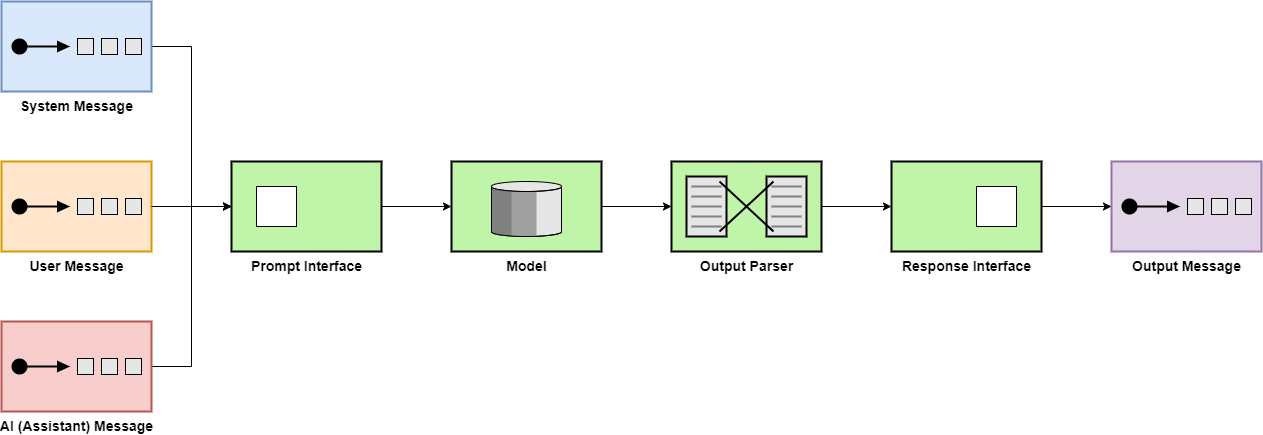
The draw.io diagram incident-response/images/Basic LLM application.png in hsienhsinlee/ws2-defenders, before a commit. Source tidied: cells renumbered, new cells last; positions are measured from the earlier drawing's top-left corner, leaving out a move shared by most shapes. The source it was exported from:
```xml
<mxGraphModel>
  <root>
    <mxCell id="0" />
    <mxCell id="1" parent="0" />
    <mxCell id="2" style="edgeStyle=orthogonalEdgeStyle;rounded=0;jettySize=auto;html=1;exitX=1;exitY=0.5;exitDx=0;exitDy=0;exitPerimeter=0;entryX=0;entryY=0.5;entryDx=0;entryDy=0;" parent="1" edge="1" source="3" target="6">
      <mxGeometry relative="1" as="geometry" />
    </mxCell>
    <mxCell id="3" value="&lt;font style=&quot;font-size: 14px;&quot;&gt;&lt;b style=&quot;&quot;&gt;System Message&lt;/b&gt;&lt;/font&gt;" style="html=1;strokeWidth=2;outlineConnect=0;dashed=0;align=center;fontSize=8;verticalLabelPosition=bottom;verticalAlign=top;shape=mxgraph.eip.test_message;fillColor=#dae8fc;strokeColor=#6c8ebf;" parent="1" vertex="1">
      <mxGeometry width="150" height="90" as="geometry" />
    </mxCell>
    <mxCell id="4" value="&lt;font style=&quot;font-size: 14px;&quot;&gt;&lt;b style=&quot;&quot;&gt;User Message&lt;/b&gt;&lt;/font&gt;" style="html=1;strokeWidth=2;outlineConnect=0;dashed=0;align=center;fontSize=8;verticalLabelPosition=bottom;verticalAlign=top;shape=mxgraph.eip.test_message;fillColor=#ffe6cc;strokeColor=#d79b00;" parent="1" vertex="1">
      <mxGeometry y="160" width="150" height="90" as="geometry" />
    </mxCell>
    <mxCell id="5" style="edgeStyle=orthogonalEdgeStyle;rounded=0;jettySize=auto;html=1;exitX=1;exitY=0.5;exitDx=0;exitDy=0;" parent="1" edge="1" source="6" target="9">
      <mxGeometry relative="1" as="geometry" />
    </mxCell>
    <mxCell id="6" value="&lt;font style=&quot;font-size: 14px;&quot;&gt;&lt;b style=&quot;&quot;&gt;Prompt Interface&lt;/b&gt;&lt;/font&gt;" style="strokeWidth=2;dashed=0;align=center;fontSize=8;shape=rect;verticalLabelPosition=bottom;verticalAlign=top;fillColor=#c0f5a9;html=1;" parent="1" vertex="1">
      <mxGeometry x="230" y="160" width="150" height="90" as="geometry" />
    </mxCell>
    <mxCell id="7" style="html=1;strokeWidth=1;dashed=0;align=center;fontSize=8;shape=rect;" parent="6" vertex="1">
      <mxGeometry x="25" y="25" width="40" height="40" as="geometry" />
    </mxCell>
    <mxCell id="8" style="edgeStyle=orthogonalEdgeStyle;rounded=0;jettySize=auto;html=1;exitX=1;exitY=0.5;exitDx=0;exitDy=0;exitPerimeter=0;entryX=0;entryY=0.5;entryDx=0;entryDy=0;" parent="1" edge="1" source="4" target="6">
      <mxGeometry relative="1" as="geometry" />
    </mxCell>
    <mxCell id="9" value="&lt;b&gt;&lt;font style=&quot;font-size: 14px;&quot;&gt;Model&lt;/font&gt;&lt;/b&gt;" style="html=1;strokeWidth=2;outlineConnect=0;dashed=0;align=center;fontSize=8;verticalLabelPosition=bottom;verticalAlign=top;shape=mxgraph.eip.message_store;fillColor=#c0f5a9;" parent="1" vertex="1">
      <mxGeometry x="450" y="160" width="150" height="90" as="geometry" />
    </mxCell>
    <mxCell id="10" style="edgeStyle=orthogonalEdgeStyle;rounded=0;jettySize=auto;html=1;exitX=1;exitY=0.5;exitDx=0;exitDy=0;exitPerimeter=0;entryX=0;entryY=0.5;entryDx=0;entryDy=0;" parent="1" edge="1" source="11" target="13">
      <mxGeometry relative="1" as="geometry" />
    </mxCell>
    <mxCell id="11" value="&lt;font style=&quot;font-size: 14px;&quot;&gt;&lt;b&gt;Output Parser&lt;/b&gt;&lt;/font&gt;" style="html=1;strokeWidth=2;outlineConnect=0;dashed=0;align=center;fontSize=8;shape=mxgraph.eip.message_translator;fillColor=#c0f5a9;verticalLabelPosition=bottom;verticalAlign=top;" parent="1" vertex="1">
      <mxGeometry x="670" y="160" width="150" height="90" as="geometry" />
    </mxCell>
    <mxCell id="12" style="edgeStyle=orthogonalEdgeStyle;rounded=0;jettySize=auto;html=1;exitX=1;exitY=0.5;exitDx=0;exitDy=0;exitPerimeter=0;entryX=0;entryY=0.5;entryDx=0;entryDy=0;entryPerimeter=0;" parent="1" edge="1" source="9" target="11">
      <mxGeometry relative="1" as="geometry" />
    </mxCell>
    <mxCell id="13" value="&lt;b&gt;&lt;font style=&quot;font-size: 14px;&quot;&gt;Response Interface&lt;/font&gt;&lt;/b&gt;" style="strokeWidth=2;dashed=0;align=center;fontSize=8;shape=rect;verticalLabelPosition=bottom;verticalAlign=top;fillColor=#c0f5a9;html=1;" parent="1" vertex="1">
      <mxGeometry x="890" y="160" width="150" height="90" as="geometry" />
    </mxCell>
    <mxCell id="14" style="html=1;strokeWidth=1;dashed=0;align=center;fontSize=8;shape=rect;" parent="13" vertex="1">
      <mxGeometry x="85" y="25" width="40" height="40" as="geometry" />
    </mxCell>
    <mxCell id="15" value="&lt;b&gt;&lt;font style=&quot;font-size: 14px;&quot;&gt;Output Message&lt;/font&gt;&lt;/b&gt;" style="html=1;strokeWidth=2;outlineConnect=0;dashed=0;align=center;fontSize=8;verticalLabelPosition=bottom;verticalAlign=top;shape=mxgraph.eip.test_message;fillColor=#e1d5e7;strokeColor=#9673a6;" parent="1" vertex="1">
      <mxGeometry x="1110" y="160" width="150" height="90" as="geometry" />
    </mxCell>
    <mxCell id="16" style="edgeStyle=orthogonalEdgeStyle;rounded=0;jettySize=auto;html=1;exitX=1;exitY=0.5;exitDx=0;exitDy=0;entryX=0;entryY=0.5;entryDx=0;entryDy=0;entryPerimeter=0;" parent="1" edge="1" source="13" target="15">
      <mxGeometry relative="1" as="geometry" />
    </mxCell>
    <mxCell id="17" style="edgeStyle=orthogonalEdgeStyle;rounded=0;jettySize=auto;html=1;exitX=1;exitY=0.5;exitDx=0;exitDy=0;exitPerimeter=0;entryX=0;entryY=0.5;entryDx=0;entryDy=0;" parent="1" edge="1" source="18" target="6">
      <mxGeometry relative="1" as="geometry" />
    </mxCell>
    <mxCell id="18" value="&lt;font style=&quot;font-size: 14px;&quot;&gt;&lt;b style=&quot;&quot;&gt;AI (Assistant) Message&lt;/b&gt;&lt;/font&gt;" style="html=1;strokeWidth=2;outlineConnect=0;dashed=0;align=center;fontSize=8;verticalLabelPosition=bottom;verticalAlign=top;shape=mxgraph.eip.test_message;fillColor=#f8cecc;strokeColor=#b85450;" parent="1" vertex="1">
      <mxGeometry y="320" width="150" height="90" as="geometry" />
    </mxCell>
  </root>
</mxGraphModel>
```
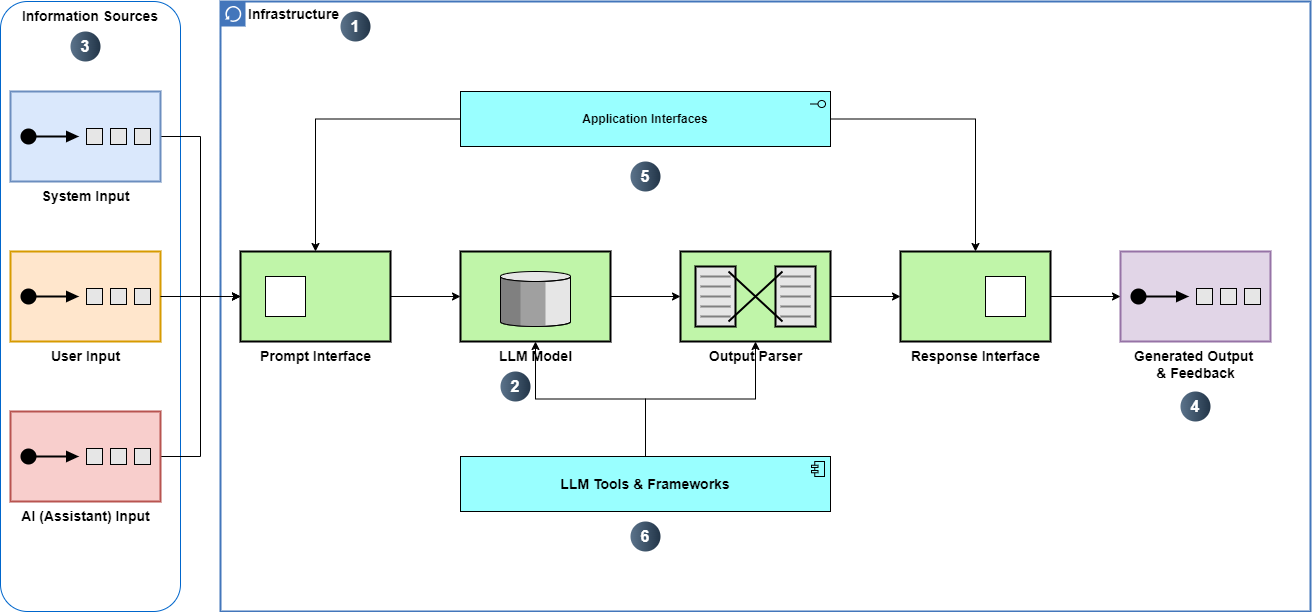
The same diagram one commit later.

The edit, as a diff of the source:
```diff
@@ -2,56 +2,101 @@
   <root>
     <mxCell id="0" />
     <mxCell id="1" parent="0" />
+    <mxCell id="19" style="rounded=1;whiteSpace=wrap;html=1;strokeColor=#0066CC;" parent="1" vertex="1">
+      <mxGeometry x="-10" y="-70" width="180" height="610" as="geometry" />
+    </mxCell>
+    <mxCell id="20" value="&lt;b&gt;&lt;font style=&quot;font-size: 14px;&quot;&gt;Infrastructure&lt;/font&gt;&lt;/b&gt;" style="shape=mxgraph.ibm.box;prType=classic;fontStyle=0;verticalAlign=top;align=left;spacingLeft=32;spacingTop=4;fillColor=none;rounded=0;whiteSpace=wrap;html=1;strokeColor=#4376BB;strokeWidth=2;dashed=0;spacing=-4;" parent="1" vertex="1">
+      <mxGeometry x="210" y="-70" width="1090" height="610" as="geometry" />
+    </mxCell>
-    <mxCell id="2" style="edgeStyle=orthogonalEdgeStyle;rounded=0;jettySize=auto;html=1;exitX=1;exitY=0.5;exitDx=0;exitDy=0;exitPerimeter=0;entryX=0;entryY=0.5;entryDx=0;entryDy=0;" parent="1" edge="1" source="3" target="6">
+    <mxCell id="2" style="edgeStyle=orthogonalEdgeStyle;rounded=0;jettySize=auto;html=1;exitX=1;exitY=0.5;exitDx=0;exitDy=0;exitPerimeter=0;entryX=0;entryY=0.5;entryDx=0;entryDy=0;" parent="20" edge="1" source="3" target="6">
       <mxGeometry relative="1" as="geometry" />
     </mxCell>
-    <mxCell id="3" value="&lt;font style=&quot;font-size: 14px;&quot;&gt;&lt;b style=&quot;&quot;&gt;System Message&lt;/b&gt;&lt;/font&gt;" style="html=1;strokeWidth=2;outlineConnect=0;dashed=0;align=center;fontSize=8;verticalLabelPosition=bottom;verticalAlign=top;shape=mxgraph.eip.test_message;fillColor=#dae8fc;strokeColor=#6c8ebf;" parent="1" vertex="1">
-      <mxGeometry width="150" height="90" as="geometry" />
+    <mxCell id="3" value="&lt;font style=&quot;font-size: 14px;&quot;&gt;&lt;b style=&quot;&quot;&gt;System Input&lt;/b&gt;&lt;/font&gt;" style="html=1;strokeWidth=2;outlineConnect=0;dashed=0;align=center;fontSize=8;verticalLabelPosition=bottom;verticalAlign=top;shape=mxgraph.eip.test_message;fillColor=#dae8fc;strokeColor=#6c8ebf;" parent="20" vertex="1">
+      <mxGeometry x="-210" y="90" width="150" height="90" as="geometry" />
     </mxCell>
-    <mxCell id="4" value="&lt;font style=&quot;font-size: 14px;&quot;&gt;&lt;b style=&quot;&quot;&gt;User Message&lt;/b&gt;&lt;/font&gt;" style="html=1;strokeWidth=2;outlineConnect=0;dashed=0;align=center;fontSize=8;verticalLabelPosition=bottom;verticalAlign=top;shape=mxgraph.eip.test_message;fillColor=#ffe6cc;strokeColor=#d79b00;" parent="1" vertex="1">
-      <mxGeometry y="160" width="150" height="90" as="geometry" />
+    <mxCell id="4" value="&lt;font style=&quot;font-size: 14px;&quot;&gt;&lt;b style=&quot;&quot;&gt;User Input&lt;/b&gt;&lt;/font&gt;" style="html=1;strokeWidth=2;outlineConnect=0;dashed=0;align=center;fontSize=8;verticalLabelPosition=bottom;verticalAlign=top;shape=mxgraph.eip.test_message;fillColor=#ffe6cc;strokeColor=#d79b00;" parent="20" vertex="1">
+      <mxGeometry x="-210" y="250" width="150" height="90" as="geometry" />
     </mxCell>
-    <mxCell id="5" style="edgeStyle=orthogonalEdgeStyle;rounded=0;jettySize=auto;html=1;exitX=1;exitY=0.5;exitDx=0;exitDy=0;" parent="1" edge="1" source="6" target="9">
+    <mxCell id="5" style="edgeStyle=orthogonalEdgeStyle;rounded=0;jettySize=auto;html=1;exitX=1;exitY=0.5;exitDx=0;exitDy=0;" parent="20" edge="1" source="6" target="9">
       <mxGeometry relative="1" as="geometry" />
     </mxCell>
-    <mxCell id="6" value="&lt;font style=&quot;font-size: 14px;&quot;&gt;&lt;b style=&quot;&quot;&gt;Prompt Interface&lt;/b&gt;&lt;/font&gt;" style="strokeWidth=2;dashed=0;align=center;fontSize=8;shape=rect;verticalLabelPosition=bottom;verticalAlign=top;fillColor=#c0f5a9;html=1;" parent="1" vertex="1">
-      <mxGeometry x="230" y="160" width="150" height="90" as="geometry" />
+    <mxCell id="6" value="&lt;font style=&quot;font-size: 14px;&quot;&gt;&lt;b style=&quot;&quot;&gt;Prompt Interface&lt;/b&gt;&lt;/font&gt;" style="strokeWidth=2;dashed=0;align=center;fontSize=8;shape=rect;verticalLabelPosition=bottom;verticalAlign=top;fillColor=#c0f5a9;html=1;" parent="20" vertex="1">
+      <mxGeometry x="20" y="250" width="150" height="90" as="geometry" />
     </mxCell>
     <mxCell id="7" style="html=1;strokeWidth=1;dashed=0;align=center;fontSize=8;shape=rect;" parent="6" vertex="1">
       <mxGeometry x="25" y="25" width="40" height="40" as="geometry" />
     </mxCell>
-    <mxCell id="8" style="edgeStyle=orthogonalEdgeStyle;rounded=0;jettySize=auto;html=1;exitX=1;exitY=0.5;exitDx=0;exitDy=0;exitPerimeter=0;entryX=0;entryY=0.5;entryDx=0;entryDy=0;" parent="1" edge="1" source="4" target="6">
+    <mxCell id="8" style="edgeStyle=orthogonalEdgeStyle;rounded=0;jettySize=auto;html=1;exitX=1;exitY=0.5;exitDx=0;exitDy=0;exitPerimeter=0;entryX=0;entryY=0.5;entryDx=0;entryDy=0;" parent="20" edge="1" source="4" target="6">
       <mxGeometry relative="1" as="geometry" />
     </mxCell>
-    <mxCell id="9" value="&lt;b&gt;&lt;font style=&quot;font-size: 14px;&quot;&gt;Model&lt;/font&gt;&lt;/b&gt;" style="html=1;strokeWidth=2;outlineConnect=0;dashed=0;align=center;fontSize=8;verticalLabelPosition=bottom;verticalAlign=top;shape=mxgraph.eip.message_store;fillColor=#c0f5a9;" parent="1" vertex="1">
-      <mxGeometry x="450" y="160" width="150" height="90" as="geometry" />
+    <mxCell id="9" value="&lt;b&gt;&lt;font style=&quot;font-size: 14px;&quot;&gt;LLM Model&lt;/font&gt;&lt;/b&gt;" style="html=1;strokeWidth=2;outlineConnect=0;dashed=0;align=center;fontSize=8;verticalLabelPosition=bottom;verticalAlign=top;shape=mxgraph.eip.message_store;fillColor=#c0f5a9;" parent="20" vertex="1">
+      <mxGeometry x="240" y="250" width="150" height="90" as="geometry" />
     </mxCell>
-    <mxCell id="10" style="edgeStyle=orthogonalEdgeStyle;rounded=0;jettySize=auto;html=1;exitX=1;exitY=0.5;exitDx=0;exitDy=0;exitPerimeter=0;entryX=0;entryY=0.5;entryDx=0;entryDy=0;" parent="1" edge="1" source="11" target="13">
+    <mxCell id="10" style="edgeStyle=orthogonalEdgeStyle;rounded=0;jettySize=auto;html=1;exitX=1;exitY=0.5;exitDx=0;exitDy=0;exitPerimeter=0;entryX=0;entryY=0.5;entryDx=0;entryDy=0;" parent="20" edge="1" source="11" target="13">
       <mxGeometry relative="1" as="geometry" />
     </mxCell>
-    <mxCell id="11" value="&lt;font style=&quot;font-size: 14px;&quot;&gt;&lt;b&gt;Output Parser&lt;/b&gt;&lt;/font&gt;" style="html=1;strokeWidth=2;outlineConnect=0;dashed=0;align=center;fontSize=8;shape=mxgraph.eip.message_translator;fillColor=#c0f5a9;verticalLabelPosition=bottom;verticalAlign=top;" parent="1" vertex="1">
-      <mxGeometry x="670" y="160" width="150" height="90" as="geometry" />
+    <mxCell id="11" value="&lt;font style=&quot;font-size: 14px;&quot;&gt;&lt;b&gt;Output Parser&lt;/b&gt;&lt;/font&gt;" style="html=1;strokeWidth=2;outlineConnect=0;dashed=0;align=center;fontSize=8;shape=mxgraph.eip.message_translator;fillColor=#c0f5a9;verticalLabelPosition=bottom;verticalAlign=top;" parent="20" vertex="1">
+      <mxGeometry x="460" y="250" width="150" height="90" as="geometry" />
     </mxCell>
-    <mxCell id="12" style="edgeStyle=orthogonalEdgeStyle;rounded=0;jettySize=auto;html=1;exitX=1;exitY=0.5;exitDx=0;exitDy=0;exitPerimeter=0;entryX=0;entryY=0.5;entryDx=0;entryDy=0;entryPerimeter=0;" parent="1" edge="1" source="9" target="11">
+    <mxCell id="12" style="edgeStyle=orthogonalEdgeStyle;rounded=0;jettySize=auto;html=1;exitX=1;exitY=0.5;exitDx=0;exitDy=0;exitPerimeter=0;entryX=0;entryY=0.5;entryDx=0;entryDy=0;entryPerimeter=0;" parent="20" edge="1" source="9" target="11">
       <mxGeometry relative="1" as="geometry" />
     </mxCell>
-    <mxCell id="13" value="&lt;b&gt;&lt;font style=&quot;font-size: 14px;&quot;&gt;Response Interface&lt;/font&gt;&lt;/b&gt;" style="strokeWidth=2;dashed=0;align=center;fontSize=8;shape=rect;verticalLabelPosition=bottom;verticalAlign=top;fillColor=#c0f5a9;html=1;" parent="1" vertex="1">
-      <mxGeometry x="890" y="160" width="150" height="90" as="geometry" />
+    <mxCell id="13" value="&lt;b&gt;&lt;font style=&quot;font-size: 14px;&quot;&gt;Response Interface&lt;/font&gt;&lt;/b&gt;" style="strokeWidth=2;dashed=0;align=center;fontSize=8;shape=rect;verticalLabelPosition=bottom;verticalAlign=top;fillColor=#c0f5a9;html=1;" parent="20" vertex="1">
+      <mxGeometry x="680" y="250" width="150" height="90" as="geometry" />
     </mxCell>
     <mxCell id="14" style="html=1;strokeWidth=1;dashed=0;align=center;fontSize=8;shape=rect;" parent="13" vertex="1">
       <mxGeometry x="85" y="25" width="40" height="40" as="geometry" />
     </mxCell>
-    <mxCell id="15" value="&lt;b&gt;&lt;font style=&quot;font-size: 14px;&quot;&gt;Output Message&lt;/font&gt;&lt;/b&gt;" style="html=1;strokeWidth=2;outlineConnect=0;dashed=0;align=center;fontSize=8;verticalLabelPosition=bottom;verticalAlign=top;shape=mxgraph.eip.test_message;fillColor=#e1d5e7;strokeColor=#9673a6;" parent="1" vertex="1">
-      <mxGeometry x="1110" y="160" width="150" height="90" as="geometry" />
+    <mxCell id="15" value="&lt;font style=&quot;font-size: 14px;&quot;&gt;&lt;b&gt;Generated Output&amp;nbsp;&lt;/b&gt;&lt;/font&gt;&lt;div&gt;&lt;font style=&quot;font-size: 14px;&quot;&gt;&lt;b&gt;&amp;amp; Feedback&lt;/b&gt;&lt;/font&gt;&lt;/div&gt;" style="html=1;strokeWidth=2;outlineConnect=0;dashed=0;align=center;fontSize=8;verticalLabelPosition=bottom;verticalAlign=top;shape=mxgraph.eip.test_message;fillColor=#e1d5e7;strokeColor=#9673a6;" parent="20" vertex="1">
+      <mxGeometry x="900" y="250" width="150" height="90" as="geometry" />
     </mxCell>
-    <mxCell id="16" style="edgeStyle=orthogonalEdgeStyle;rounded=0;jettySize=auto;html=1;exitX=1;exitY=0.5;exitDx=0;exitDy=0;entryX=0;entryY=0.5;entryDx=0;entryDy=0;entryPerimeter=0;" parent="1" edge="1" source="13" target="15">
+    <mxCell id="16" style="edgeStyle=orthogonalEdgeStyle;rounded=0;jettySize=auto;html=1;exitX=1;exitY=0.5;exitDx=0;exitDy=0;entryX=0;entryY=0.5;entryDx=0;entryDy=0;entryPerimeter=0;" parent="20" edge="1" source="13" target="15">
       <mxGeometry relative="1" as="geometry" />
     </mxCell>
-    <mxCell id="17" style="edgeStyle=orthogonalEdgeStyle;rounded=0;jettySize=auto;html=1;exitX=1;exitY=0.5;exitDx=0;exitDy=0;exitPerimeter=0;entryX=0;entryY=0.5;entryDx=0;entryDy=0;" parent="1" edge="1" source="18" target="6">
+    <mxCell id="17" style="edgeStyle=orthogonalEdgeStyle;rounded=0;jettySize=auto;html=1;exitX=1;exitY=0.5;exitDx=0;exitDy=0;exitPerimeter=0;entryX=0;entryY=0.5;entryDx=0;entryDy=0;" parent="20" edge="1" source="18" target="6">
       <mxGeometry relative="1" as="geometry" />
     </mxCell>
-    <mxCell id="18" value="&lt;font style=&quot;font-size: 14px;&quot;&gt;&lt;b style=&quot;&quot;&gt;AI (Assistant) Message&lt;/b&gt;&lt;/font&gt;" style="html=1;strokeWidth=2;outlineConnect=0;dashed=0;align=center;fontSize=8;verticalLabelPosition=bottom;verticalAlign=top;shape=mxgraph.eip.test_message;fillColor=#f8cecc;strokeColor=#b85450;" parent="1" vertex="1">
-      <mxGeometry y="320" width="150" height="90" as="geometry" />
+    <mxCell id="18" value="&lt;font style=&quot;font-size: 14px;&quot;&gt;&lt;b style=&quot;&quot;&gt;AI (Assistant) Input&lt;/b&gt;&lt;/font&gt;" style="html=1;strokeWidth=2;outlineConnect=0;dashed=0;align=center;fontSize=8;verticalLabelPosition=bottom;verticalAlign=top;shape=mxgraph.eip.test_message;fillColor=#f8cecc;strokeColor=#b85450;" parent="20" vertex="1">
+      <mxGeometry x="-210" y="410" width="150" height="90" as="geometry" />
     </mxCell>
+    <mxCell id="21" style="edgeStyle=orthogonalEdgeStyle;rounded=0;jettySize=auto;html=1;" parent="20" edge="1" source="23" target="6">
+      <mxGeometry relative="1" as="geometry" />
+    </mxCell>
+    <mxCell id="22" style="edgeStyle=orthogonalEdgeStyle;rounded=0;jettySize=auto;html=1;exitX=1;exitY=0.5;exitDx=0;exitDy=0;exitPerimeter=0;" parent="20" edge="1" source="23" target="13">
+      <mxGeometry relative="1" as="geometry" />
+    </mxCell>
+    <mxCell id="23" value="&lt;b&gt;Application Interfaces&lt;/b&gt;" style="html=1;outlineConnect=0;whiteSpace=wrap;fillColor=#99ffff;shape=mxgraph.archimate3.application;appType=interface;archiType=square;" parent="20" vertex="1">
+      <mxGeometry x="240" y="90" width="370" height="55" as="geometry" />
+    </mxCell>
+    <mxCell id="24" style="edgeStyle=orthogonalEdgeStyle;rounded=0;jettySize=auto;html=1;exitX=0.5;exitY=0;exitDx=0;exitDy=0;exitPerimeter=0;" parent="20" edge="1" source="25" target="11">
+      <mxGeometry relative="1" as="geometry" />
+    </mxCell>
+    <mxCell id="25" value="&lt;b&gt;&lt;font style=&quot;font-size: 14px;&quot;&gt;LLM Tools &amp;amp; Frameworks&lt;/font&gt;&lt;/b&gt;" style="html=1;outlineConnect=0;whiteSpace=wrap;fillColor=#99ffff;shape=mxgraph.archimate3.application;appType=comp;archiType=square;" parent="20" vertex="1">
+      <mxGeometry x="240" y="455" width="370" height="55" as="geometry" />
+    </mxCell>
+    <mxCell id="26" style="edgeStyle=orthogonalEdgeStyle;rounded=0;jettySize=auto;html=1;exitX=0.5;exitY=0;exitDx=0;exitDy=0;exitPerimeter=0;entryX=0.5;entryY=1;entryDx=0;entryDy=0;entryPerimeter=0;" parent="20" edge="1" source="25" target="9">
+      <mxGeometry relative="1" as="geometry" />
+    </mxCell>
+    <mxCell id="27" value="1" style="ellipse;whiteSpace=wrap;html=1;rotation=0;gradientColor=#223548;strokeColor=none;gradientDirection=east;fillColor=#5b738b;rounded=0;fontFamily=Helvetica;fontSize=16;fontColor=#FFFFFF;spacingTop=4;spacingBottom=4;spacingLeft=4;spacingRight=4;fontStyle=1;" parent="20" vertex="1">
+      <mxGeometry x="120" y="10" width="30" height="30" as="geometry" />
+    </mxCell>
+    <mxCell id="28" value="2" style="ellipse;whiteSpace=wrap;html=1;rotation=0;gradientColor=#223548;strokeColor=none;gradientDirection=east;fillColor=#5b738b;rounded=0;fontFamily=Helvetica;fontSize=16;fontColor=#FFFFFF;spacingTop=4;spacingBottom=4;spacingLeft=4;spacingRight=4;fontStyle=1;" parent="20" vertex="1">
+      <mxGeometry x="280" y="370" width="30" height="30" as="geometry" />
+    </mxCell>
+    <mxCell id="29" value="4" style="ellipse;whiteSpace=wrap;html=1;rotation=0;gradientColor=#223548;strokeColor=none;gradientDirection=east;fillColor=#5b738b;rounded=0;fontFamily=Helvetica;fontSize=16;fontColor=#FFFFFF;spacingTop=4;spacingBottom=4;spacingLeft=4;spacingRight=4;fontStyle=1;" parent="20" vertex="1">
+      <mxGeometry x="960" y="390" width="30" height="30" as="geometry" />
+    </mxCell>
+    <mxCell id="30" value="5" style="ellipse;whiteSpace=wrap;html=1;rotation=0;gradientColor=#223548;strokeColor=none;gradientDirection=east;fillColor=#5b738b;rounded=0;fontFamily=Helvetica;fontSize=16;fontColor=#FFFFFF;spacingTop=4;spacingBottom=4;spacingLeft=4;spacingRight=4;fontStyle=1;" parent="20" vertex="1">
+      <mxGeometry x="410" y="160" width="30" height="30" as="geometry" />
+    </mxCell>
+    <mxCell id="31" value="6" style="ellipse;whiteSpace=wrap;html=1;rotation=0;gradientColor=#223548;strokeColor=none;gradientDirection=east;fillColor=#5b738b;rounded=0;fontFamily=Helvetica;fontSize=16;fontColor=#FFFFFF;spacingTop=4;spacingBottom=4;spacingLeft=4;spacingRight=4;fontStyle=1;" parent="20" vertex="1">
+      <mxGeometry x="410" y="520" width="30" height="30" as="geometry" />
+    </mxCell>
+    <mxCell id="32" value="&lt;font style=&quot;font-size: 14px;&quot;&gt;&lt;b&gt;Information Sources&lt;/b&gt;&lt;/font&gt;" style="text;strokeColor=none;align=center;fillColor=none;html=1;verticalAlign=middle;whiteSpace=wrap;rounded=0;" parent="1" vertex="1">
+      <mxGeometry y="-70" width="160" height="30" as="geometry" />
+    </mxCell>
+    <mxCell id="33" value="3" style="ellipse;whiteSpace=wrap;html=1;rotation=0;gradientColor=#223548;strokeColor=none;gradientDirection=east;fillColor=#5b738b;rounded=0;fontFamily=Helvetica;fontSize=16;fontColor=#FFFFFF;spacingTop=4;spacingBottom=4;spacingLeft=4;spacingRight=4;fontStyle=1;" parent="1" vertex="1">
+      <mxGeometry x="60" y="-40" width="30" height="30" as="geometry" />
+    </mxCell>
   </root>
 </mxGraphModel>
```
